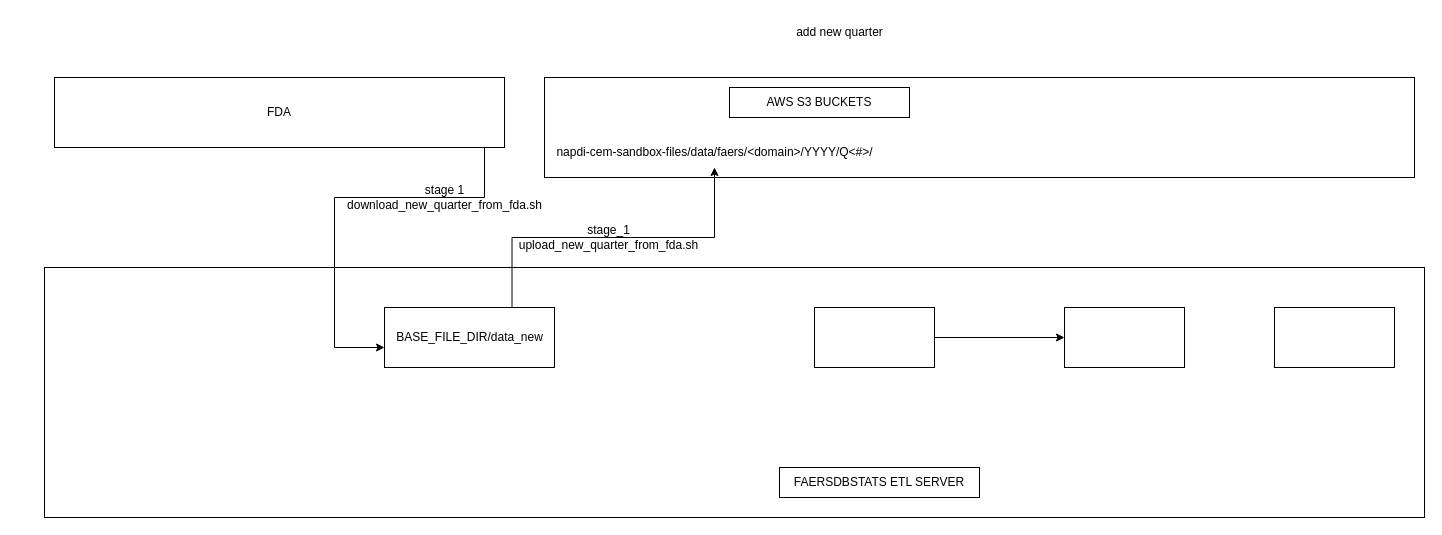
Before: documentation/data_flow_diagram.drawio in dbmi-pitt/faersdbstats, a draw.io diagram. Source tidied: cells renumbered, new cells numbered last; positions are measured from the earlier drawing's top-left corner, leaving out a move shared by most shapes. Both pictures are drawn from the tidied source at 100%, with x=0, y=0 at pixel (44, 17).
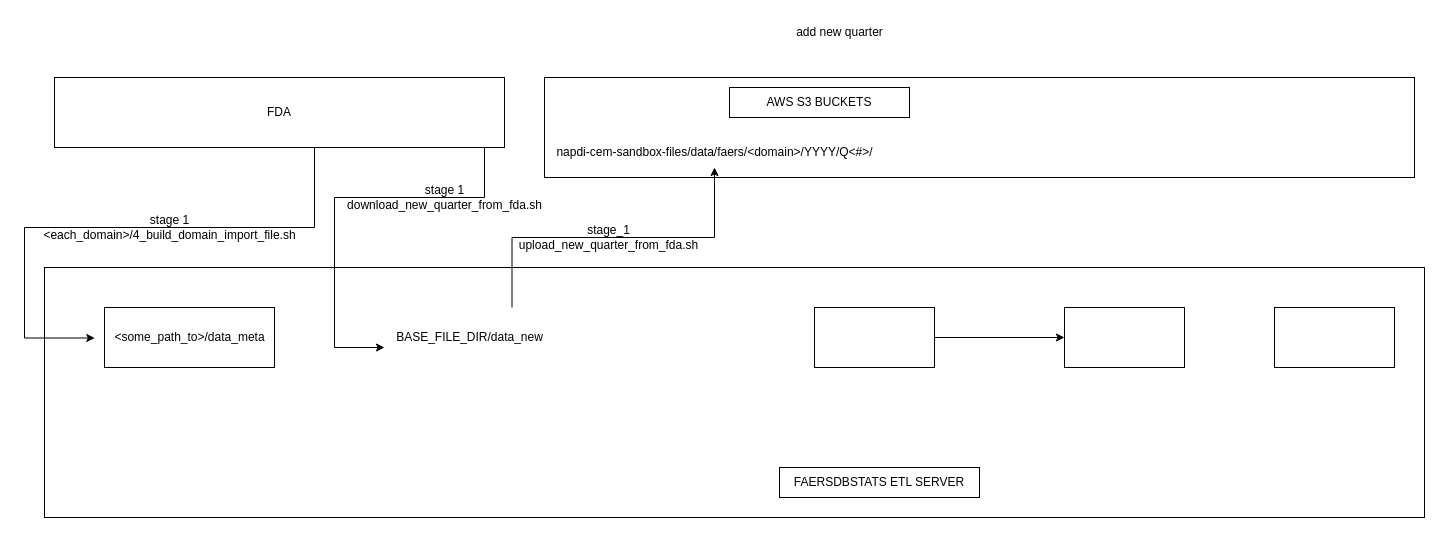
The same page after the edit.

Commit message:
data_meta documented

The change refers to these unchanged cells:
```xml
<mxCell id="16" value="&lt;div&gt;napdi-cem-sandbox-files/&lt;span style=&quot;background-color: initial;&quot;&gt;data/&lt;/span&gt;&lt;span style=&quot;background-color: initial;&quot;&gt;faers/&amp;lt;domain&amp;gt;/YYYY/Q&amp;lt;#&amp;gt;/&lt;/span&gt;&lt;/div&gt;" style="text;html=1;align=center;verticalAlign=middle;points=[];strokeColor=none;fillColor=none;" parent="1" vertex="1">
  <mxGeometry x="500" y="120" width="340" height="30" as="geometry" />
</mxCell>
```

The edit, as a diff of the source:
```diff
@@
-    <mxCell id="6" style="edgeStyle=orthogonalEdgeStyle;rounded=0;jettySize=auto;html=1;exitX=0.75;exitY=0;exitDx=0;exitDy=0;" parent="1" edge="1" source="7" target="16">
-      <mxGeometry relative="1" as="geometry" />
+    <mxCell id="6" style="edgeStyle=orthogonalEdgeStyle;rounded=0;jettySize=auto;html=1;exitX=0.75;exitY=0;exitDx=0;exitDy=0;" parent="1" edge="1" target="16">
+      <mxGeometry relative="1" as="geometry">
+        <mxPoint x="467.5" y="290" as="sourcePoint" />
+        <Array as="points">
+          <mxPoint x="468" y="220" />
+          <mxPoint x="670" y="220" />
+        </Array>
+      </mxGeometry>
     </mxCell>
-    <mxCell id="7" style="rounded=0;whiteSpace=wrap;html=1;" parent="1" vertex="1">
-      <mxGeometry x="340" y="290" width="170" height="60" as="geometry" />
-    </mxCell>
@@
+    <mxCell id="19" style="rounded=0;whiteSpace=wrap;html=1;" parent="1" vertex="1">
+      <mxGeometry x="60" y="290" width="170" height="60" as="geometry" />
+    </mxCell>
+    <mxCell id="20" value="&amp;lt;some_path_to&amp;gt;&lt;span style=&quot;background-color: initial;&quot;&gt;/data_meta&lt;/span&gt;" style="text;html=1;align=center;verticalAlign=middle;strokeColor=none;fillColor=none;" parent="1" vertex="1">
+      <mxGeometry x="60" y="305" width="170" height="30" as="geometry" />
+    </mxCell>
+    <mxCell id="21" value="stage 1&lt;br&gt;&amp;lt;each_domain&amp;gt;/&lt;span style=&quot;background-color: initial;&quot;&gt;4_build_domain_import_file.sh&lt;/span&gt;" style="text;html=1;align=center;verticalAlign=middle;strokeColor=none;fillColor=none;" parent="1" vertex="1">
+      <mxGeometry x="-15" y="190" width="280" height="40" as="geometry" />
+    </mxCell>
+    <mxCell id="22" style="edgeStyle=orthogonalEdgeStyle;rounded=0;orthogonalLoop=1;jettySize=auto;html=1;entryX=0.002;entryY=0.516;entryDx=0;entryDy=0;entryPerimeter=0;" parent="1" edge="1">
+      <mxGeometry relative="1" as="geometry">
+        <mxPoint x="270" y="130" as="sourcePoint" />
+        <mxPoint x="50.3" y="320.5" as="targetPoint" />
+        <Array as="points">
+          <mxPoint x="270" y="210" />
+          <mxPoint x="-20" y="210" />
+          <mxPoint x="-20" y="320" />
+        </Array>
+      </mxGeometry>
+    </mxCell>
```
